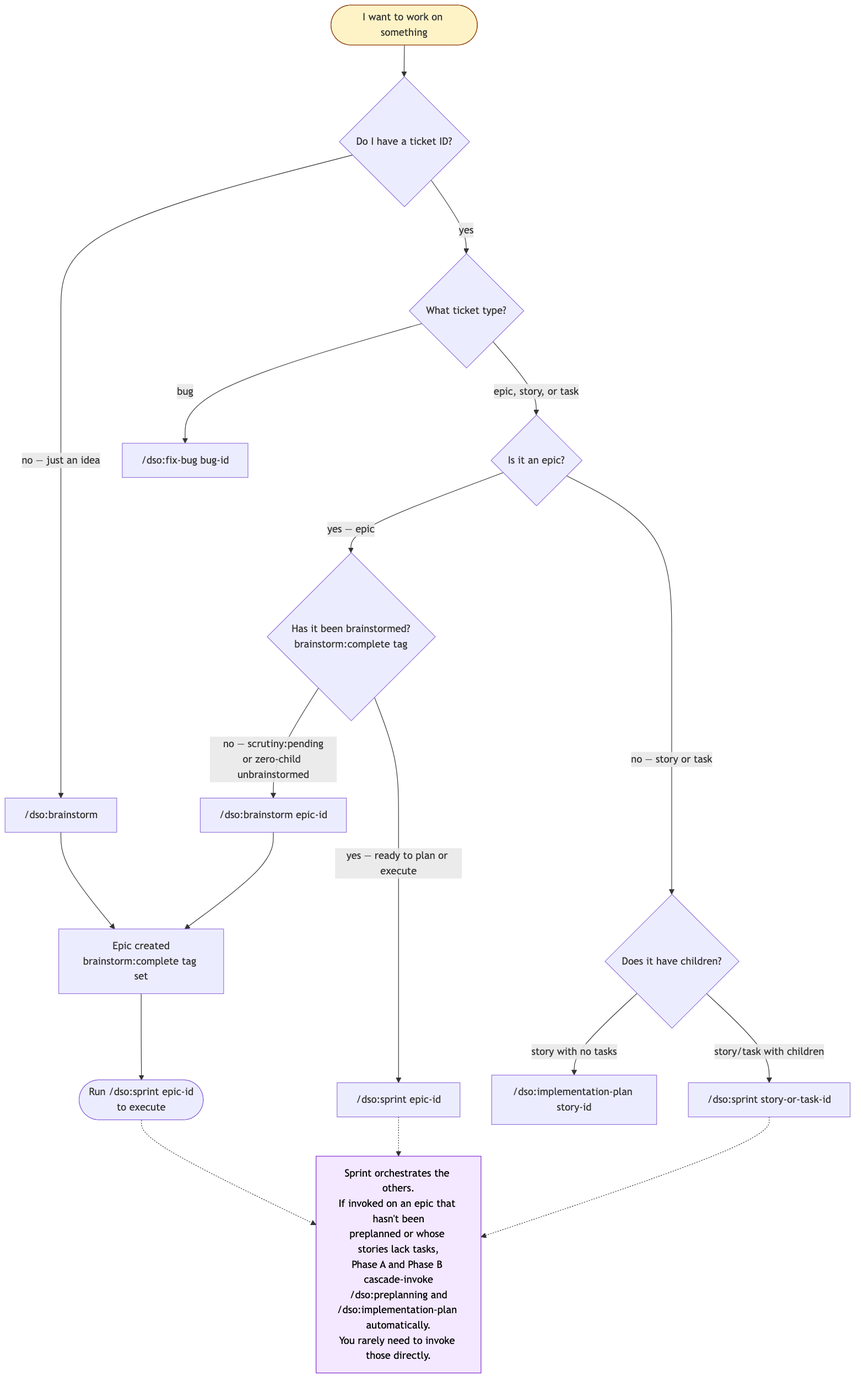
Earlier version of the Mermaid export docs/architecture/diagrams/01-skill-entry-decision-tree.png (navapbc/digital-service-orchestra). Its source is kept beside it as docs/architecture/diagrams/01-skill-entry-decision-tree.mmd. The source it was exported from:
```mermaid
flowchart TD
  start([I want to work on something]):::start
  q1{Do I have a ticket ID?}
  start --> q1

  q1 -->|no — just an idea| bs1["/dso:brainstorm"]
  q1 -->|yes| q2{What ticket type?}

  q2 -->|bug| fb["/dso:fix-bug bug-id"]
  q2 -->|epic, story, or task| q3{Is it an epic?}

  q3 -->|yes — epic| q4{Has it been brainstormed?<br/>brainstorm:complete tag}
  q3 -->|no — story or task| q5{Does it have children?}

  q4 -->|no — scrutiny:pending<br/>or zero-child unbrainstormed| bs2["/dso:brainstorm epic-id"]
  q4 -->|yes — ready to plan or execute| sp1["/dso:sprint epic-id"]

  q5 -->|story with no tasks| ip1["/dso:implementation-plan story-id"]
  q5 -->|story/task with children| sp2["/dso:sprint story-or-task-id"]

  bs1 --> bs_out[Epic created<br/>brainstorm:complete tag set]
  bs2 --> bs_out
  bs_out --> sp_route([Run /dso:sprint epic-id<br/>to execute])

  note["Sprint orchestrates the others.<br/>If invoked on an epic that hasn't been<br/>preplanned or whose stories lack tasks,<br/>Phase A and Phase B cascade-invoke<br/>/dso:preplanning and<br/>/dso:implementation-plan automatically.<br/>You rarely need to invoke those directly."]:::note
  sp1 -.-> note
  sp2 -.-> note
  sp_route -.-> note

  classDef start fill:#fef3c7,stroke:#92400e
  classDef note fill:#f3e8ff,stroke:#7e22ce,color:#000
```
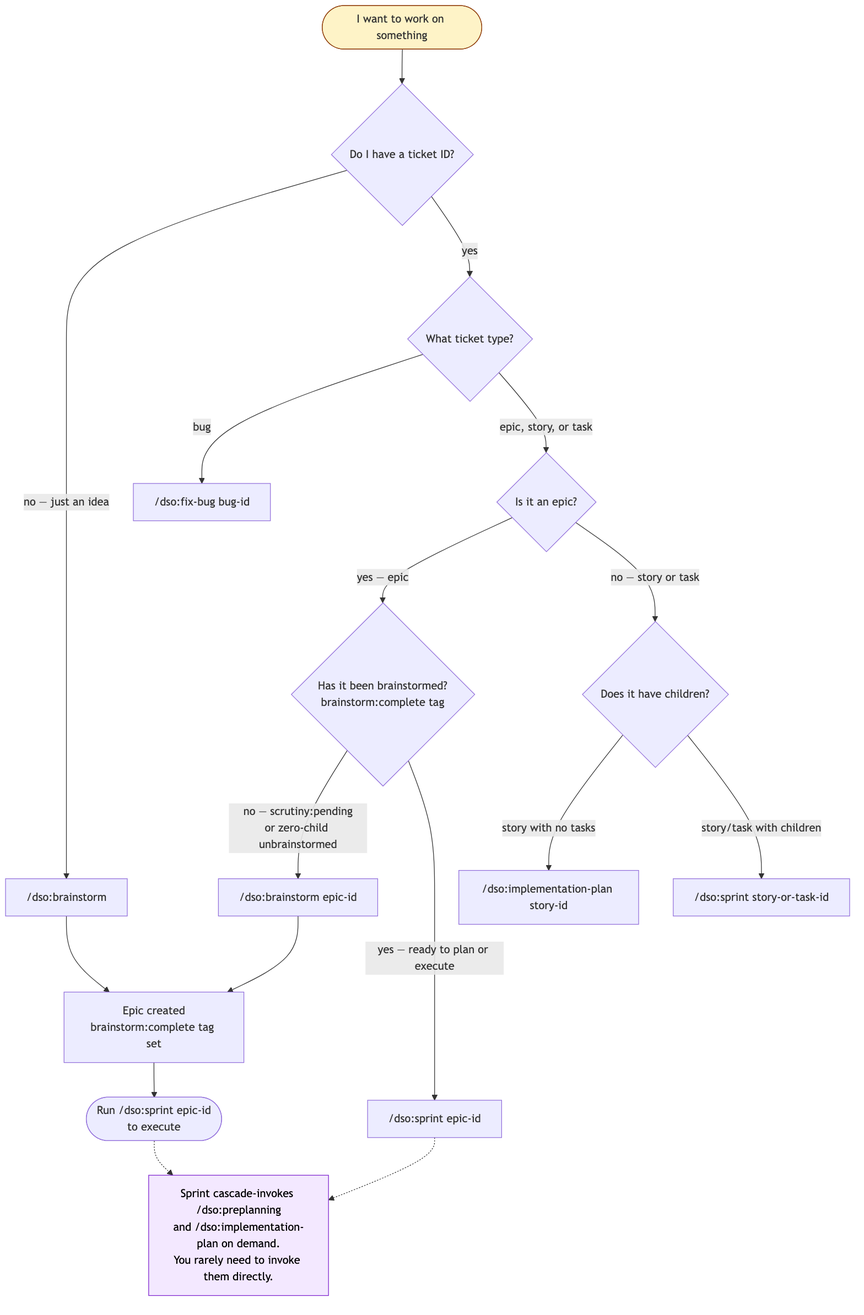
The same file after the commit.

What changed in the source:
```diff
@@ -22,9 +22,8 @@
   bs2 --> bs_out
   bs_out --> sp_route([Run /dso:sprint epic-id<br/>to execute])
 
-  note["Sprint orchestrates the others.<br/>If invoked on an epic that hasn't been<br/>preplanned or whose stories lack tasks,<br/>Phase A and Phase B cascade-invoke<br/>/dso:preplanning and<br/>/dso:implementation-plan automatically.<br/>You rarely need to invoke those directly."]:::note
+  note["Sprint cascade-invokes /dso:preplanning<br/>and /dso:implementation-plan on demand.<br/>You rarely need to invoke them directly."]:::note
   sp1 -.-> note
-  sp2 -.-> note
   sp_route -.-> note
 
   classDef start fill:#fef3c7,stroke:#92400e
```
